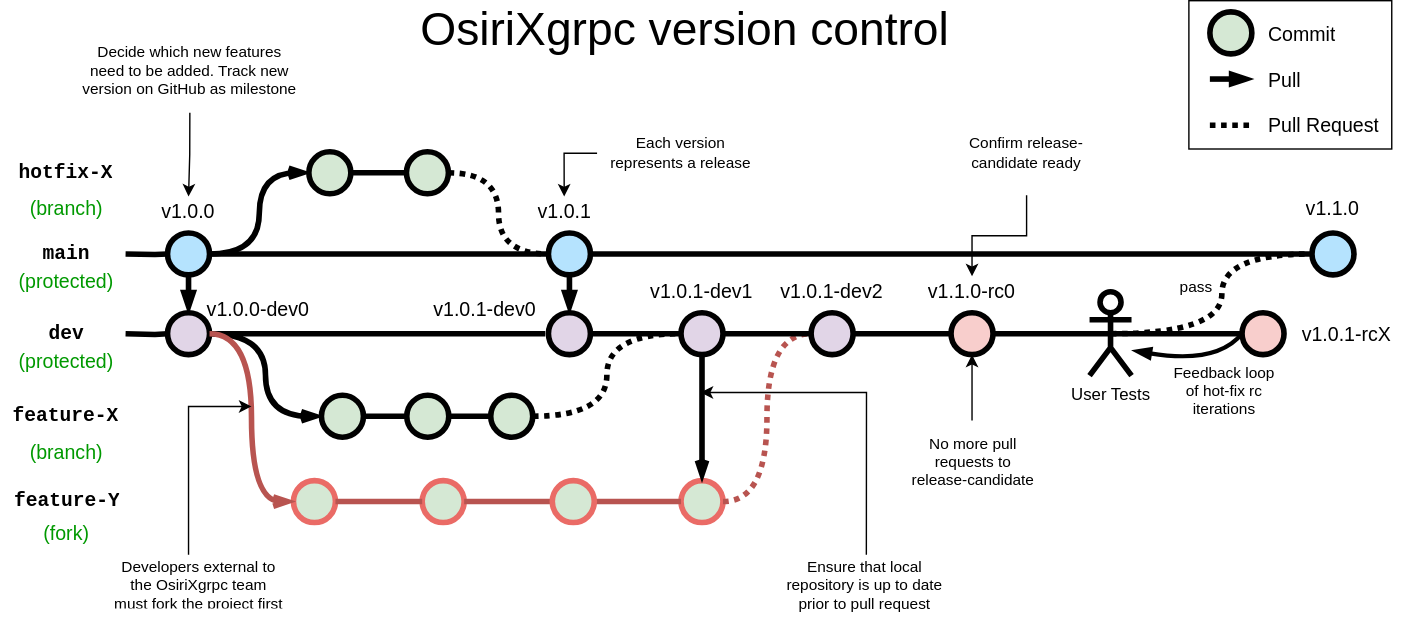
The draw.io diagram docs/docfiles/assets/osirixgrpc.drawio.svg in osirixgrpc/osirixgrpc, before a commit. Source tidied: cells renumbered, new cells last; positions are measured from the earlier drawing's top-left corner, leaving out a move shared by most shapes.
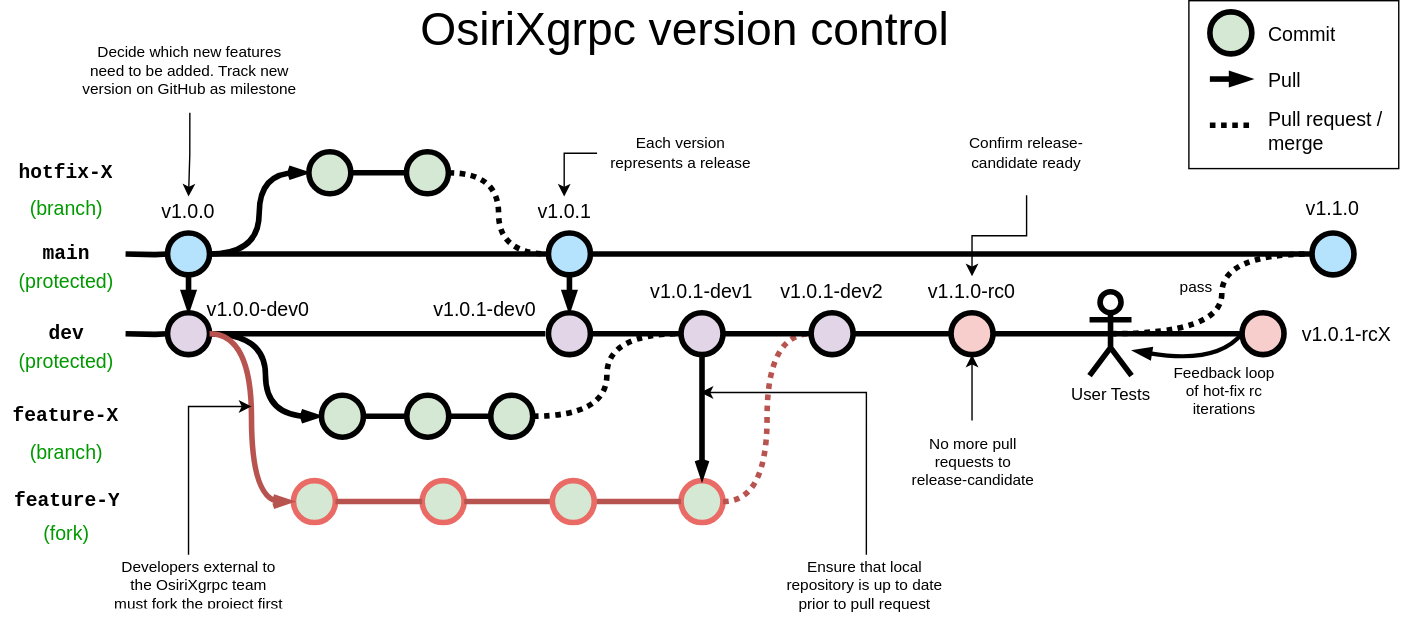
After the commit.

The edit, as a diff of the source:
```diff
@@ -267,8 +267,11 @@
       <mxGeometry x="684" y="79" width="100" height="60" as="geometry" />
     </mxCell>
     <mxCell id="82" style="group;" parent="1" vertex="1">
-      <mxGeometry x="850" width="145" height="106" as="geometry" />
+      <mxGeometry x="850" width="150" height="130" as="geometry" />
     </mxCell>
+    <mxCell id="89" style="rounded=0;whiteSpace=wrap;html=1;fillColor=none;" parent="82" vertex="1">
+      <mxGeometry width="150" height="120" as="geometry" />
+    </mxCell>
     <mxCell id="83" style="verticalLabelPosition=bottom;verticalAlign=top;html=1;strokeWidth=4;shape=mxgraph.flowchart.on-page_reference;plain-purple;gradientColor=none;strokeColor=#000000;fillColor=#D5E8D4;" parent="82" vertex="1">
       <mxGeometry x="15" y="8" width="30" height="30" as="geometry" />
     </mxCell>
@@ -290,11 +293,8 @@
         <mxPoint x="45" y="89" as="targetPoint" />
       </mxGeometry>
     </mxCell>
-    <mxCell id="88" value="Pull Request" style="text;html=1;strokeColor=none;fillColor=none;align=left;verticalAlign=middle;whiteSpace=wrap;overflow=hidden;fontSize=14;" parent="82" vertex="1">
-      <mxGeometry x="55" y="78" width="90" height="20" as="geometry" />
+    <mxCell id="88" value="Pull request / merge" style="text;html=1;strokeColor=none;fillColor=none;align=left;verticalAlign=middle;whiteSpace=wrap;overflow=hidden;fontSize=14;" parent="82" vertex="1">
+      <mxGeometry x="55" y="72" width="90" height="42" as="geometry" />
     </mxCell>
-    <mxCell id="89" style="rounded=0;whiteSpace=wrap;html=1;fillColor=none;" parent="82" vertex="1">
-      <mxGeometry width="145" height="106" as="geometry" />
-    </mxCell>
   </root>
 </mxGraphModel>
```
